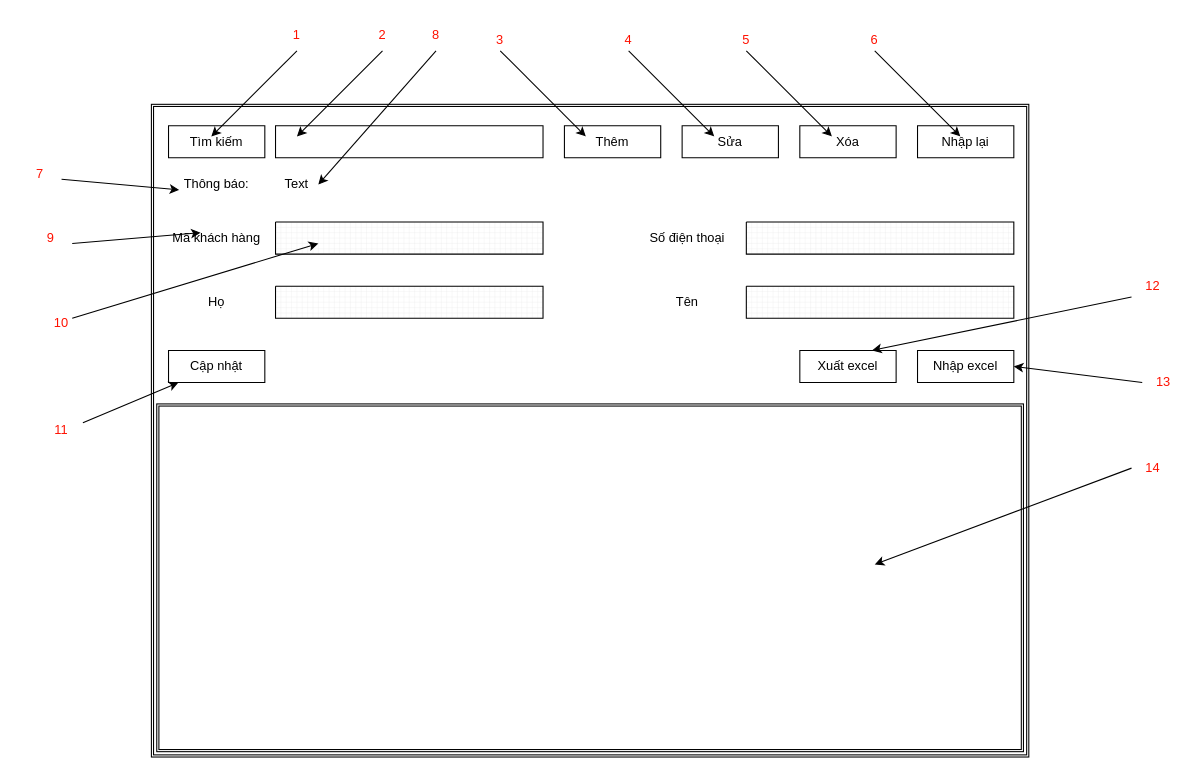
Before: Documents/file draw.io giao diện/khachhang.drawio in boopanda1998/Cong_nghe_phan_mem, a draw.io diagram. Source tidied: cells renumbered, new cells numbered last; positions are measured from the earlier drawing's top-left corner, leaving out a move shared by most shapes. Both pictures are drawn from the tidied source at 107%, with x=0, y=0 at pixel (18, 18).
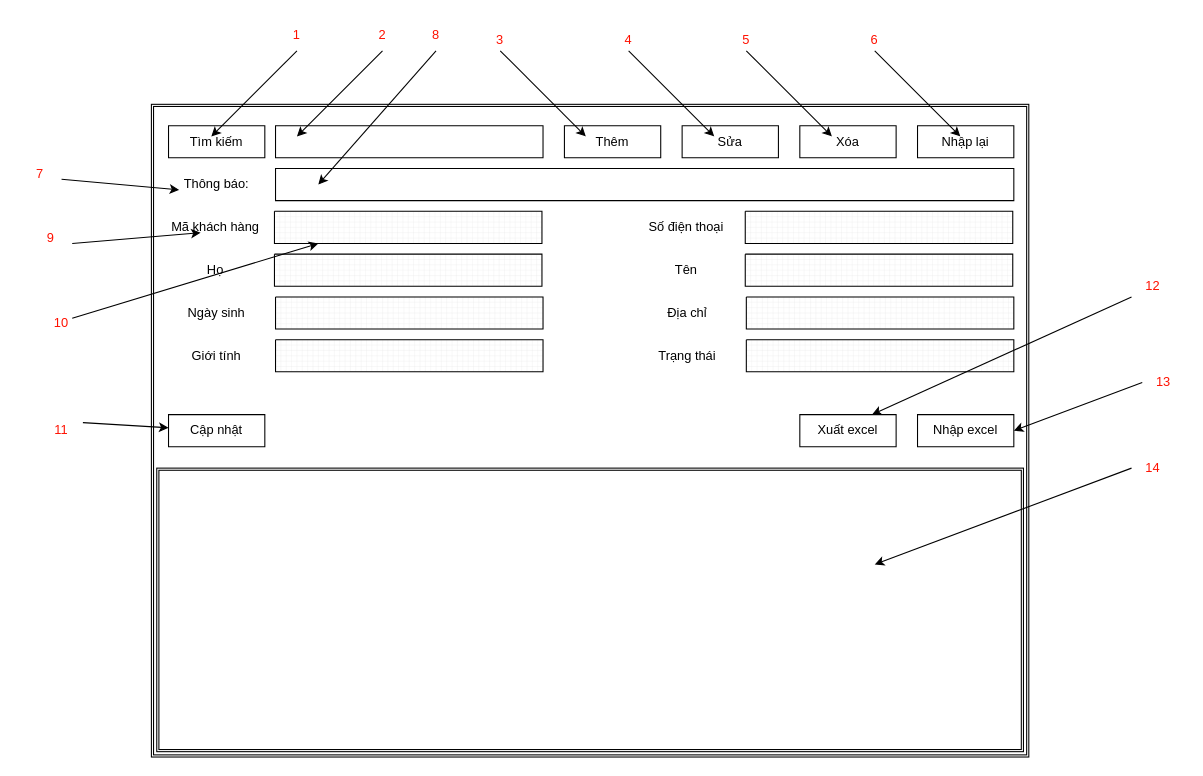
Above is the later version.

The change refers to these unchanged cells:
```xml
<mxCell id="56" value="Text" style="text;html=1;strokeColor=none;fillColor=none;align=center;verticalAlign=middle;whiteSpace=wrap;rounded=0;" parent="1" vertex="1">
  <mxGeometry x="240" y="145" width="40" height="20" as="geometry" />
</mxCell>
```

The edit, as a diff of the source:
```diff
@@
     <mxCell id="3" style="shape=ext;double=1;rounded=0;whiteSpace=wrap;html=1;" parent="1" vertex="1">
-      <mxGeometry x="129" y="360" width="810" height="325" as="geometry" />
+      <mxGeometry x="129" y="420" width="810" height="265" as="geometry" />
     </mxCell>
@@
     <mxCell id="10" style="verticalLabelPosition=bottom;verticalAlign=top;html=1;shape=mxgraph.basic.rect;fillColor2=none;strokeWidth=1;size=20;indent=5;" parent="1" vertex="1">
-      <mxGeometry x="840" y="310" width="90" height="30" as="geometry" />
+      <mxGeometry x="840" y="370" width="90" height="30" as="geometry" />
     </mxCell>
     <mxCell id="11" style="verticalLabelPosition=bottom;verticalAlign=top;html=1;shape=mxgraph.basic.rect;fillColor2=none;strokeWidth=1;size=20;indent=5;" parent="1" vertex="1">
-      <mxGeometry x="730" y="310" width="90" height="30" as="geometry" />
+      <mxGeometry x="730" y="370" width="90" height="30" as="geometry" />
     </mxCell>
     <mxCell id="12" style="verticalLabelPosition=bottom;verticalAlign=top;html=1;shape=mxgraph.basic.patternFillRect;fillStyle=grid;step=5;fillStrokeWidth=0.2;fillStrokeColor=#dddddd;" parent="1" vertex="1">
-      <mxGeometry x="680" y="190" width="250" height="30" as="geometry" />
+      <mxGeometry x="679" y="180" width="250" height="30" as="geometry" />
     </mxCell>
     <mxCell id="13" style="verticalLabelPosition=bottom;verticalAlign=top;html=1;shape=mxgraph.basic.patternFillRect;fillStyle=grid;step=5;fillStrokeWidth=0.2;fillStrokeColor=#dddddd;" parent="1" vertex="1">
-      <mxGeometry x="680" y="250" width="250" height="30" as="geometry" />
+      <mxGeometry x="679" y="220" width="250" height="30" as="geometry" />
     </mxCell>
     <mxCell id="14" style="verticalLabelPosition=bottom;verticalAlign=top;html=1;shape=mxgraph.basic.patternFillRect;fillStyle=grid;step=5;fillStrokeWidth=0.2;fillStrokeColor=#dddddd;" parent="1" vertex="1">
-      <mxGeometry x="240" y="190" width="250" height="30" as="geometry" />
+      <mxGeometry x="239" y="180" width="250" height="30" as="geometry" />
     </mxCell>
     <mxCell id="15" style="verticalLabelPosition=bottom;verticalAlign=top;html=1;shape=mxgraph.basic.patternFillRect;fillStyle=grid;step=5;fillStrokeWidth=0.2;fillStrokeColor=#dddddd;" parent="1" vertex="1">
-      <mxGeometry x="240" y="250" width="250" height="30" as="geometry" />
+      <mxGeometry x="239" y="220" width="250" height="30" as="geometry" />
     </mxCell>
     <mxCell id="16" value="Mã khách hàng" style="text;html=1;strokeColor=none;fillColor=none;align=center;verticalAlign=middle;whiteSpace=wrap;rounded=0;" parent="1" vertex="1">
-      <mxGeometry x="140" y="190" width="90" height="30" as="geometry" />
+      <mxGeometry x="139" y="180" width="90" height="30" as="geometry" />
     </mxCell>
@@
     <mxCell id="23" value="Xuất excel" style="text;html=1;strokeColor=none;fillColor=none;align=center;verticalAlign=middle;whiteSpace=wrap;rounded=0;" parent="1" vertex="1">
-      <mxGeometry x="730" y="310" width="90" height="30" as="geometry" />
+      <mxGeometry x="730" y="370" width="90" height="30" as="geometry" />
     </mxCell>
     <mxCell id="24" value="Họ" style="text;html=1;strokeColor=none;fillColor=none;align=center;verticalAlign=middle;whiteSpace=wrap;rounded=0;" parent="1" vertex="1">
-      <mxGeometry x="140" y="250" width="90" height="30" as="geometry" />
+      <mxGeometry x="139" y="220" width="90" height="30" as="geometry" />
     </mxCell>
     <mxCell id="25" value="Số điện thoại" style="text;html=1;strokeColor=none;fillColor=none;align=center;verticalAlign=middle;whiteSpace=wrap;rounded=0;" parent="1" vertex="1">
-      <mxGeometry x="580" y="190" width="90" height="30" as="geometry" />
+      <mxGeometry x="579" y="180" width="90" height="30" as="geometry" />
     </mxCell>
     <mxCell id="26" value="Tên" style="text;html=1;strokeColor=none;fillColor=none;align=center;verticalAlign=middle;whiteSpace=wrap;rounded=0;" parent="1" vertex="1">
-      <mxGeometry x="580" y="250" width="90" height="30" as="geometry" />
+      <mxGeometry x="579" y="220" width="90" height="30" as="geometry" />
     </mxCell>
     <mxCell id="27" style="verticalLabelPosition=bottom;verticalAlign=top;html=1;shape=mxgraph.basic.rect;fillColor2=none;strokeWidth=1;size=20;indent=5;" parent="1" vertex="1">
-      <mxGeometry x="140" y="310" width="90" height="30" as="geometry" />
+      <mxGeometry x="140" y="370" width="90" height="30" as="geometry" />
     </mxCell>
     <mxCell id="28" value="Cập nhật" style="text;html=1;strokeColor=none;fillColor=none;align=center;verticalAlign=middle;whiteSpace=wrap;rounded=0;" parent="1" vertex="1">
-      <mxGeometry x="140" y="310" width="90" height="30" as="geometry" />
+      <mxGeometry x="140" y="370" width="90" height="30" as="geometry" />
     </mxCell>
@@
-    <mxCell id="35" style="endArrow=classic;html=1;entryX=1;entryY=0.5;entryDx=0;entryDy=0;" parent="1" edge="1" target="56">
-      <mxGeometry relative="1" as="geometry">
-        <mxPoint x="390" y="30" as="sourcePoint" />
-      </mxGeometry>
-    </mxCell>
@@
     <mxCell id="57" value="Nhập excel" style="text;html=1;strokeColor=none;fillColor=none;align=center;verticalAlign=middle;whiteSpace=wrap;rounded=0;" parent="1" vertex="1">
-      <mxGeometry x="840" y="310" width="90" height="30" as="geometry" />
+      <mxGeometry x="840" y="370" width="90" height="30" as="geometry" />
     </mxCell>
+    <mxCell id="59" style="verticalLabelPosition=bottom;verticalAlign=top;html=1;shape=mxgraph.basic.rect;fillColor2=none;strokeWidth=1;size=20;indent=5;" parent="1" vertex="1">
+      <mxGeometry x="240" y="140" width="690" height="30" as="geometry" />
+    </mxCell>
+    <mxCell id="35" style="endArrow=classic;html=1;entryX=1;entryY=0.5;entryDx=0;entryDy=0;" parent="1" edge="1" target="56">
+      <mxGeometry relative="1" as="geometry">
+        <mxPoint x="390" y="30" as="sourcePoint" />
+      </mxGeometry>
+    </mxCell>
+    <mxCell id="60" style="verticalLabelPosition=bottom;verticalAlign=top;html=1;shape=mxgraph.basic.patternFillRect;fillStyle=grid;step=5;fillStrokeWidth=0.2;fillStrokeColor=#dddddd;" parent="1" vertex="1">
+      <mxGeometry x="680" y="260" width="250" height="30" as="geometry" />
+    </mxCell>
+    <mxCell id="61" style="verticalLabelPosition=bottom;verticalAlign=top;html=1;shape=mxgraph.basic.patternFillRect;fillStyle=grid;step=5;fillStrokeWidth=0.2;fillStrokeColor=#dddddd;" parent="1" vertex="1">
+      <mxGeometry x="680" y="300" width="250" height="30" as="geometry" />
+    </mxCell>
+    <mxCell id="62" style="verticalLabelPosition=bottom;verticalAlign=top;html=1;shape=mxgraph.basic.patternFillRect;fillStyle=grid;step=5;fillStrokeWidth=0.2;fillStrokeColor=#dddddd;" parent="1" vertex="1">
+      <mxGeometry x="240" y="260" width="250" height="30" as="geometry" />
+    </mxCell>
+    <mxCell id="63" style="verticalLabelPosition=bottom;verticalAlign=top;html=1;shape=mxgraph.basic.patternFillRect;fillStyle=grid;step=5;fillStrokeWidth=0.2;fillStrokeColor=#dddddd;" parent="1" vertex="1">
+      <mxGeometry x="240" y="300" width="250" height="30" as="geometry" />
+    </mxCell>
+    <mxCell id="64" value="Ngày sinh" style="text;html=1;strokeColor=none;fillColor=none;align=center;verticalAlign=middle;whiteSpace=wrap;rounded=0;" parent="1" vertex="1">
+      <mxGeometry x="140" y="260" width="90" height="30" as="geometry" />
+    </mxCell>
+    <mxCell id="65" value="Giới tính" style="text;html=1;strokeColor=none;fillColor=none;align=center;verticalAlign=middle;whiteSpace=wrap;rounded=0;" parent="1" vertex="1">
+      <mxGeometry x="140" y="300" width="90" height="30" as="geometry" />
+    </mxCell>
+    <mxCell id="66" value="Địa chỉ" style="text;html=1;strokeColor=none;fillColor=none;align=center;verticalAlign=middle;whiteSpace=wrap;rounded=0;" parent="1" vertex="1">
+      <mxGeometry x="580" y="260" width="90" height="30" as="geometry" />
+    </mxCell>
+    <mxCell id="67" value="Trạng thái" style="text;html=1;strokeColor=none;fillColor=none;align=center;verticalAlign=middle;whiteSpace=wrap;rounded=0;" parent="1" vertex="1">
+      <mxGeometry x="580" y="300" width="90" height="30" as="geometry" />
+    </mxCell>
```
